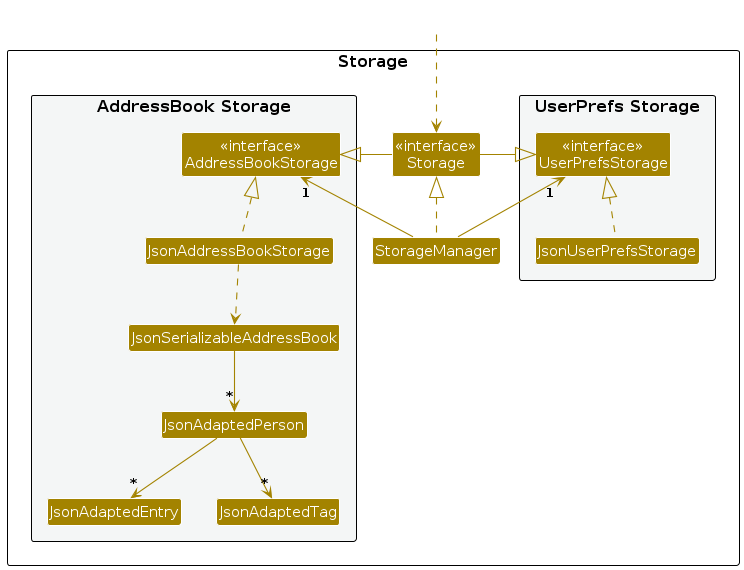
AY2324S2-CS2103T-W13-3/tp keeps this PlantUML diagram as diagrams/StorageClassDiagram.png. Above is the earlier version. Its source is kept beside it as diagrams/StorageClassDiagram.puml.
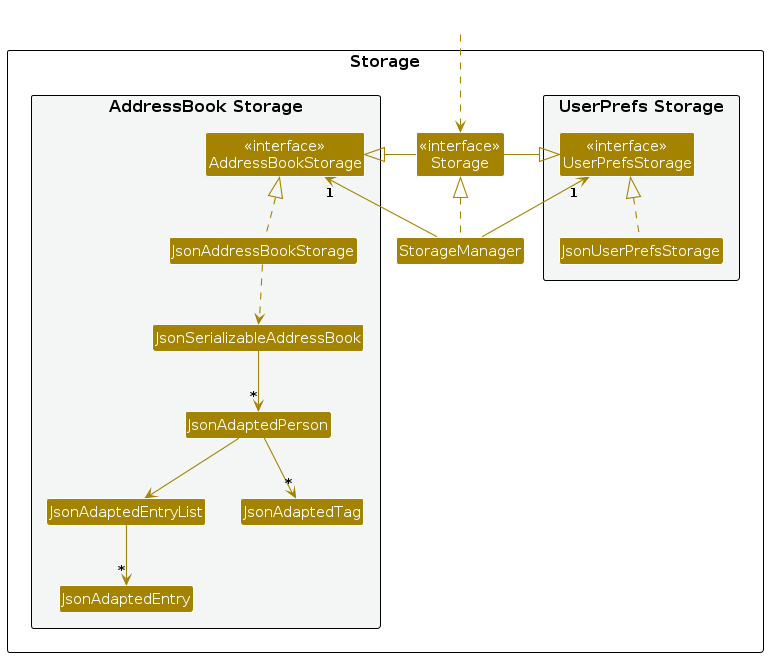
The same file after the commit.

Diff of the diagram source:
```diff
@@ -20,6 +20,7 @@
 Class JsonSerializableAddressBook
 Class JsonAdaptedPerson
 Class JsonAdaptedEntry
+Class JsonAdaptedEntryList
 Class JsonAdaptedTag
 }
 
@@ -40,6 +41,7 @@
 JsonAddressBookStorage ..> JsonSerializableAddressBook
 JsonSerializableAddressBook --> "*" JsonAdaptedPerson
 JsonAdaptedPerson --> "*" JsonAdaptedTag
-JsonAdaptedPerson --> "*" JsonAdaptedEntry
+JsonAdaptedPerson --> JsonAdaptedEntryList
+JsonAdaptedEntryList --> "*" JsonAdaptedEntry
 
 @enduml
```
